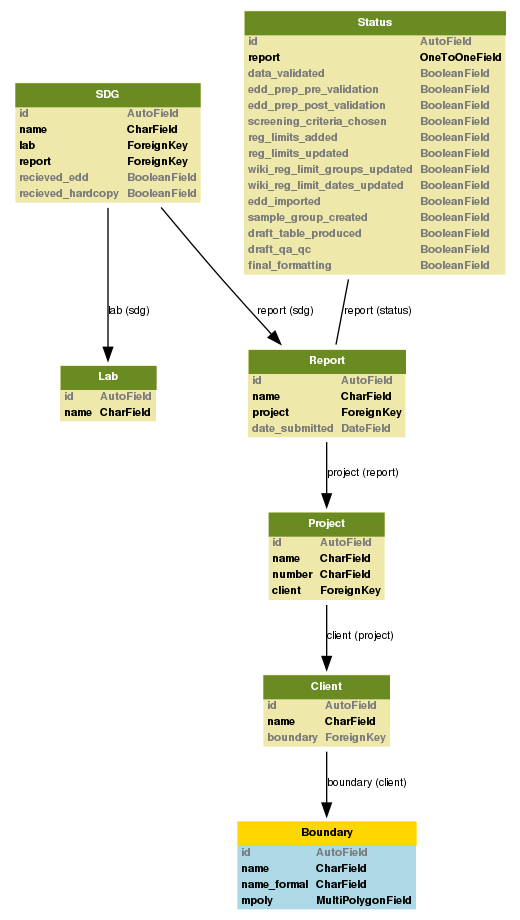
Earlier version of the Graphviz export graphs/sampling.png (mattmakesmaps/geodjango). Its source is kept beside it as graphs/sampling.dot. Source of this version:
```dot
digraph name {
  fontname = "Helvetica"
  fontsize = 8

  node [
    fontname = "Helvetica"
    fontsize = 8
    shape = "plaintext"
  ]
  edge [
    fontname = "Helvetica"
    fontsize = 8
  ]




    sampling_models_Boundary [label=<
    <TABLE BGCOLOR="lightblue" BORDER="0" CELLBORDER="0" CELLSPACING="0">
     <TR><TD COLSPAN="2" CELLPADDING="4" ALIGN="CENTER" BGCOLOR="gold"
     ><FONT FACE="Helvetica Bold" COLOR="black"
     >Boundary</FONT></TD></TR>


        <TR><TD ALIGN="LEFT" BORDER="0"
        ><FONT COLOR="#7B7B7B" FACE="Helvetica Bold">id</FONT
        ></TD>
        <TD ALIGN="LEFT"
        ><FONT COLOR="#7B7B7B" FACE="Helvetica Bold">AutoField</FONT
        ></TD></TR>

        <TR><TD ALIGN="LEFT" BORDER="0"
        ><FONT FACE="Helvetica Bold">name</FONT
        ></TD>
        <TD ALIGN="LEFT"
        ><FONT FACE="Helvetica Bold">CharField</FONT
        ></TD></TR>

        <TR><TD ALIGN="LEFT" BORDER="0"
        ><FONT FACE="Helvetica Bold">name_formal</FONT
        ></TD>
        <TD ALIGN="LEFT"
        ><FONT FACE="Helvetica Bold">CharField</FONT
        ></TD></TR>

        <TR><TD ALIGN="LEFT" BORDER="0"
        ><FONT FACE="Helvetica Bold">mpoly</FONT
        ></TD>
        <TD ALIGN="LEFT"
        ><FONT FACE="Helvetica Bold">MultiPolygonField</FONT
        ></TD></TR>


    </TABLE>
    >]

    sampling_models_Client [label=<
    <TABLE BGCOLOR="palegoldenrod" BORDER="0" CELLBORDER="0" CELLSPACING="0">
     <TR><TD COLSPAN="2" CELLPADDING="4" ALIGN="CENTER" BGCOLOR="olivedrab4"
     ><FONT FACE="Helvetica Bold" COLOR="white"
     >Client</FONT></TD></TR>


        <TR><TD ALIGN="LEFT" BORDER="0"
        ><FONT COLOR="#7B7B7B" FACE="Helvetica Bold">id</FONT
        ></TD>
        <TD ALIGN="LEFT"
        ><FONT COLOR="#7B7B7B" FACE="Helvetica Bold">AutoField</FONT
        ></TD></TR>

        <TR><TD ALIGN="LEFT" BORDER="0"
        ><FONT FACE="Helvetica Bold">name</FONT
        ></TD>
        <TD ALIGN="LEFT"
        ><FONT FACE="Helvetica Bold">CharField</FONT
        ></TD></TR>

        <TR><TD ALIGN="LEFT" BORDER="0"
        ><FONT COLOR="#7B7B7B" FACE="Helvetica Bold">boundary</FONT
        ></TD>
        <TD ALIGN="LEFT"
        ><FONT COLOR="#7B7B7B" FACE="Helvetica Bold">ForeignKey</FONT
        ></TD></TR>


    </TABLE>
    >]

    sampling_models_Project [label=<
    <TABLE BGCOLOR="palegoldenrod" BORDER="0" CELLBORDER="0" CELLSPACING="0">
     <TR><TD COLSPAN="2" CELLPADDING="4" ALIGN="CENTER" BGCOLOR="olivedrab4"
     ><FONT FACE="Helvetica Bold" COLOR="white"
     >Project</FONT></TD></TR>


        <TR><TD ALIGN="LEFT" BORDER="0"
        ><FONT COLOR="#7B7B7B" FACE="Helvetica Bold">id</FONT
        ></TD>
        <TD ALIGN="LEFT"
        ><FONT COLOR="#7B7B7B" FACE="Helvetica Bold">AutoField</FONT
        ></TD></TR>

        <TR><TD ALIGN="LEFT" BORDER="0"
        ><FONT FACE="Helvetica Bold">name</FONT
        ></TD>
        <TD ALIGN="LEFT"
        ><FONT FACE="Helvetica Bold">CharField</FONT
        ></TD></TR>

        <TR><TD ALIGN="LEFT" BORDER="0"
        ><FONT FACE="Helvetica Bold">number</FONT
        ></TD>
        <TD ALIGN="LEFT"
        ><FONT FACE="Helvetica Bold">CharField</FONT
        ></TD></TR>

        <TR><TD ALIGN="LEFT" BORDER="0"
        ><FONT FACE="Helvetica Bold">client</FONT
        ></TD>
        <TD ALIGN="LEFT"
        ><FONT FACE="Helvetica Bold">ForeignKey</FONT
        ></TD></TR>


    </TABLE>
    >]

    sampling_models_Report [label=<
    <TABLE BGCOLOR="palegoldenrod" BORDER="0" CELLBORDER="0" CELLSPACING="0">
     <TR><TD COLSPAN="2" CELLPADDING="4" ALIGN="CENTER" BGCOLOR="olivedrab4"
     ><FONT FACE="Helvetica Bold" COLOR="white"
     >Report</FONT></TD></TR>


        <TR><TD ALIGN="LEFT" BORDER="0"
        ><FONT COLOR="#7B7B7B" FACE="Helvetica Bold">id</FONT
        ></TD>
        <TD ALIGN="LEFT"
        ><FONT COLOR="#7B7B7B" FACE="Helvetica Bold">AutoField</FONT
        ></TD></TR>

        <TR><TD ALIGN="LEFT" BORDER="0"
        ><FONT FACE="Helvetica Bold">name</FONT
        ></TD>
        <TD ALIGN="LEFT"
        ><FONT FACE="Helvetica Bold">CharField</FONT
        ></TD></TR>

        <TR><TD ALIGN="LEFT" BORDER="0"
        ><FONT FACE="Helvetica Bold">project</FONT
        ></TD>
        <TD ALIGN="LEFT"
        ><FONT FACE="Helvetica Bold">ForeignKey</FONT
        ></TD></TR>

        <TR><TD ALIGN="LEFT" BORDER="0"
        ><FONT COLOR="#7B7B7B" FACE="Helvetica Bold">date_submitted</FONT
        ></TD>
        <TD ALIGN="LEFT"
        ><FONT COLOR="#7B7B7B" FACE="Helvetica Bold">DateField</FONT
        ></TD></TR>


    </TABLE>
    >]

    sampling_models_Lab [label=<
    <TABLE BGCOLOR="palegoldenrod" BORDER="0" CELLBORDER="0" CELLSPACING="0">
     <TR><TD COLSPAN="2" CELLPADDING="4" ALIGN="CENTER" BGCOLOR="olivedrab4"
     ><FONT FACE="Helvetica Bold" COLOR="white"
     >Lab</FONT></TD></TR>


        <TR><TD ALIGN="LEFT" BORDER="0"
        ><FONT COLOR="#7B7B7B" FACE="Helvetica Bold">id</FONT
        ></TD>
        <TD ALIGN="LEFT"
        ><FONT COLOR="#7B7B7B" FACE="Helvetica Bold">AutoField</FONT
        ></TD></TR>

        <TR><TD ALIGN="LEFT" BORDER="0"
        ><FONT FACE="Helvetica Bold">name</FONT
        ></TD>
        <TD ALIGN="LEFT"
        ><FONT FACE="Helvetica Bold">CharField</FONT
        ></TD></TR>


    </TABLE>
    >]

    sampling_models_SDG [label=<
    <TABLE BGCOLOR="palegoldenrod" BORDER="0" CELLBORDER="0" CELLSPACING="0">
     <TR><TD COLSPAN="2" CELLPADDING="4" ALIGN="CENTER" BGCOLOR="olivedrab4"
     ><FONT FACE="Helvetica Bold" COLOR="white"
     >SDG</FONT></TD></TR>


        <TR><TD ALIGN="LEFT" BORDER="0"
        ><FONT COLOR="#7B7B7B" FACE="Helvetica Bold">id</FONT
        ></TD>
        <TD ALIGN="LEFT"
        ><FONT COLOR="#7B7B7B" FACE="Helvetica Bold">AutoField</FONT
        ></TD></TR>

        <TR><TD ALIGN="LEFT" BORDER="0"
        ><FONT FACE="Helvetica Bold">name</FONT
        ></TD>
        <TD ALIGN="LEFT"
        ><FONT FACE="Helvetica Bold">CharField</FONT
        ></TD></TR>

        <TR><TD ALIGN="LEFT" BORDER="0"
        ><FONT FACE="Helvetica Bold">lab</FONT
        ></TD>
        <TD ALIGN="LEFT"
        ><FONT FACE="Helvetica Bold">ForeignKey</FONT
        ></TD></TR>

        <TR><TD ALIGN="LEFT" BORDER="0"
        ><FONT FACE="Helvetica Bold">report</FONT
        ></TD>
        <TD ALIGN="LEFT"
        ><FONT FACE="Helvetica Bold">ForeignKey</FONT
        ></TD></TR>

        <TR><TD ALIGN="LEFT" BORDER="0"
        ><FONT COLOR="#7B7B7B" FACE="Helvetica Bold">recieved_edd</FONT
        ></TD>
        <TD ALIGN="LEFT"
        ><FONT COLOR="#7B7B7B" FACE="Helvetica Bold">BooleanField</FONT
        ></TD></TR>

        <TR><TD ALIGN="LEFT" BORDER="0"
        ><FONT COLOR="#7B7B7B" FACE="Helvetica Bold">recieved_hardcopy</FONT
        ></TD>
        <TD ALIGN="LEFT"
        ><FONT COLOR="#7B7B7B" FACE="Helvetica Bold">BooleanField</FONT
        ></TD></TR>


    </TABLE>
    >]

    sampling_models_Status [label=<
    <TABLE BGCOLOR="palegoldenrod" BORDER="0" CELLBORDER="0" CELLSPACING="0">
     <TR><TD COLSPAN="2" CELLPADDING="4" ALIGN="CENTER" BGCOLOR="olivedrab4"
     ><FONT FACE="Helvetica Bold" COLOR="white"
     >Status</FONT></TD></TR>


        <TR><TD ALIGN="LEFT" BORDER="0"
        ><FONT COLOR="#7B7B7B" FACE="Helvetica Bold">id</FONT
        ></TD>
        <TD ALIGN="LEFT"
        ><FONT COLOR="#7B7B7B" FACE="Helvetica Bold">AutoField</FONT
        ></TD></TR>

        <TR><TD ALIGN="LEFT" BORDER="0"
        ><FONT FACE="Helvetica Bold">report</FONT
        ></TD>
        <TD ALIGN="LEFT"
        ><FONT FACE="Helvetica Bold">OneToOneField</FONT
        ></TD></TR>

        <TR><TD ALIGN="LEFT" BORDER="0"
        ><FONT COLOR="#7B7B7B" FACE="Helvetica Bold">data_validated</FONT
        ></TD>
        <TD ALIGN="LEFT"
        ><FONT COLOR="#7B7B7B" FACE="Helvetica Bold">BooleanField</FONT
        ></TD></TR>

        <TR><TD ALIGN="LEFT" BORDER="0"
        ><FONT COLOR="#7B7B7B" FACE="Helvetica Bold">edd_prep_pre_validation</FONT
        ></TD>
        <TD ALIGN="LEFT"
        ><FONT COLOR="#7B7B7B" FACE="Helvetica Bold">BooleanField</FONT
        ></TD></TR>

        <TR><TD ALIGN="LEFT" BORDER="0"
        ><FONT COLOR="#7B7B7B" FACE="Helvetica Bold">edd_prep_post_validation</FONT
        ></TD>
        <TD ALIGN="LEFT"
        ><FONT COLOR="#7B7B7B" FACE="Helvetica Bold">BooleanField</FONT
        ></TD></TR>

        <TR><TD ALIGN="LEFT" BORDER="0"
        ><FONT COLOR="#7B7B7B" FACE="Helvetica Bold">screening_criteria_chosen</FONT
        ></TD>
        <TD ALIGN="LEFT"
        ><FONT COLOR="#7B7B7B" FACE="Helvetica Bold">BooleanField</FONT
        ></TD></TR>

        <TR><TD ALIGN="LEFT" BORDER="0"
        ><FONT COLOR="#7B7B7B" FACE="Helvetica Bold">reg_limits_added</FONT
        ></TD>
        <TD ALIGN="LEFT"
        ><FONT COLOR="#7B7B7B" FACE="Helvetica Bold">BooleanField</FONT
        ></TD></TR>

        <TR><TD ALIGN="LEFT" BORDER="0"
        ><FONT COLOR="#7B7B7B" FACE="Helvetica Bold">reg_limits_updated</FONT
        ></TD>
        <TD ALIGN="LEFT"
        ><FONT COLOR="#7B7B7B" FACE="Helvetica Bold">BooleanField</FONT
        ></TD></TR>

        <TR><TD ALIGN="LEFT" BORDER="0"
        ><FONT COLOR="#7B7B7B" FACE="Helvetica Bold">wiki_reg_limit_groups_updated</FONT
        ></TD>
        <TD ALIGN="LEFT"
        ><FONT COLOR="#7B7B7B" FACE="Helvetica Bold">BooleanField</FONT
        ></TD></TR>

        <TR><TD ALIGN="LEFT" BORDER="0"
        ><FONT COLOR="#7B7B7B" FACE="Helvetica Bold">wiki_reg_limit_dates_updated</FONT
        ></TD>
        <TD ALIGN="LEFT"
        ><FONT COLOR="#7B7B7B" FACE="Helvetica Bold">BooleanField</FONT
        ></TD></TR>

        <TR><TD ALIGN="LEFT" BORDER="0"
        ><FONT COLOR="#7B7B7B" FACE="Helvetica Bold">edd_imported</FONT
        ></TD>
        <TD ALIGN="LEFT"
        ><FONT COLOR="#7B7B7B" FACE="Helvetica Bold">BooleanField</FONT
        ></TD></TR>

        <TR><TD ALIGN="LEFT" BORDER="0"
        ><FONT COLOR="#7B7B7B" FACE="Helvetica Bold">sample_group_created</FONT
        ></TD>
        <TD ALIGN="LEFT"
        ><FONT COLOR="#7B7B7B" FACE="Helvetica Bold">BooleanField</FONT
        ></TD></TR>

        <TR><TD ALIGN="LEFT" BORDER="0"
        ><FONT COLOR="#7B7B7B" FACE="Helvetica Bold">draft_table_produced</FONT
        ></TD>
        <TD ALIGN="LEFT"
        ><FONT COLOR="#7B7B7B" FACE="Helvetica Bold">BooleanField</FONT
        ></TD></TR>

        <TR><TD ALIGN="LEFT" BORDER="0"
        ><FONT COLOR="#7B7B7B" FACE="Helvetica Bold">draft_qa_qc</FONT
        ></TD>
        <TD ALIGN="LEFT"
        ><FONT COLOR="#7B7B7B" FACE="Helvetica Bold">BooleanField</FONT
        ></TD></TR>

        <TR><TD ALIGN="LEFT" BORDER="0"
        ><FONT COLOR="#7B7B7B" FACE="Helvetica Bold">final_formatting</FONT
        ></TD>
        <TD ALIGN="LEFT"
        ><FONT COLOR="#7B7B7B" FACE="Helvetica Bold">BooleanField</FONT
        ></TD></TR>


    </TABLE>
    >]







  sampling_models_Client -> sampling_models_Boundary
  [label="boundary (client)"] ;




  sampling_models_Project -> sampling_models_Client
  [label="client (project)"] ;




  sampling_models_Report -> sampling_models_Project
  [label="project (report)"] ;






  sampling_models_SDG -> sampling_models_Lab
  [label="lab (sdg)"] ;


  sampling_models_SDG -> sampling_models_Report
  [label="report (sdg)"] ;




  sampling_models_Status -> sampling_models_Report
  [label="report (status)"] [arrowhead=none arrowtail=none];


}
```
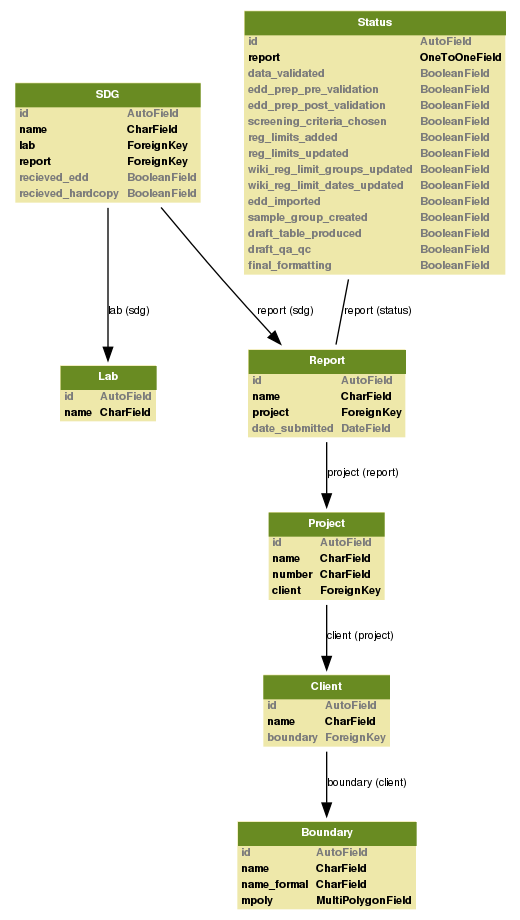
After the change.

What changed in the source:
```diff
@@ -16,9 +16,9 @@
 
 
     sampling_models_Boundary [label=<
-    <TABLE BGCOLOR="lightblue" BORDER="0" CELLBORDER="0" CELLSPACING="0">
-     <TR><TD COLSPAN="2" CELLPADDING="4" ALIGN="CENTER" BGCOLOR="gold"
-     ><FONT FACE="Helvetica Bold" COLOR="black"
+    <TABLE BGCOLOR="palegoldenrod" BORDER="0" CELLBORDER="0" CELLSPACING="0">
+     <TR><TD COLSPAN="2" CELLPADDING="4" ALIGN="CENTER" BGCOLOR="olivedrab4"
+     ><FONT FACE="Helvetica Bold" COLOR="white"
      >Boundary</FONT></TD></TR>
 
 
```
